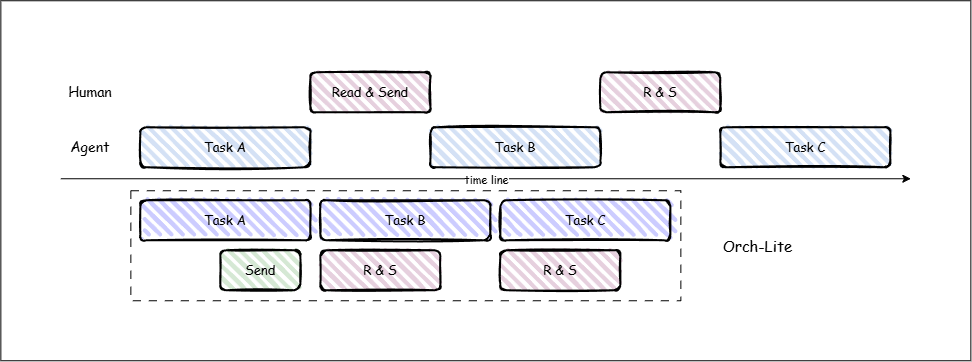
This is docs/orch-lite.png from LYJ132/orch-lite, a draw.io export, as it was before one commit. Source tidied: cells renumbered, new cells last; positions are measured from the earlier drawing's top-left corner, leaving out a move shared by most shapes.
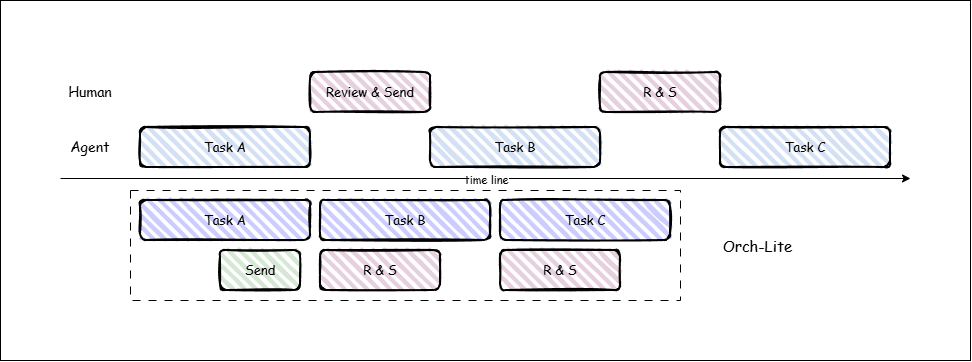
The same file after the commit.

Change to the diagram source:
```diff
@@ -2,12 +2,12 @@
   <root>
     <mxCell id="0" />
     <mxCell id="1" parent="0" />
-    <mxCell id="2" style="rounded=0;whiteSpace=wrap;html=1;fontStyle=0;" parent="1" vertex="1">
-      <mxGeometry width="970" height="360" as="geometry" />
-    </mxCell>
-    <mxCell id="3" style="rounded=0;whiteSpace=wrap;html=1;fillColor=none;dashed=1;dashPattern=8 8;fontStyle=0;" parent="1" vertex="1">
-      <mxGeometry x="130" y="190" width="550" height="110" as="geometry" />
-    </mxCell>
+    <mxCell id="20" style="rounded=0;whiteSpace=wrap;html=1;fontStyle=0;" parent="1" vertex="1">
+      <mxGeometry width="970" height="360" as="geometry" />
+    </mxCell>
+    <mxCell id="21" style="rounded=0;whiteSpace=wrap;html=1;fillColor=none;dashed=1;dashPattern=8 8;fontStyle=0;" parent="1" vertex="1">
+      <mxGeometry x="130" y="190" width="550" height="110" as="geometry" />
+    </mxCell>
     <mxCell id="4" value="Task A" style="rounded=1;whiteSpace=wrap;html=1;strokeWidth=2;fillWeight=4;hachureGap=8;hachureAngle=45;fillColor=#CCCCFF;sketch=1;fontFamily=Comic Sans MS;fontSize=13;fontStyle=0;" parent="1" vertex="1">
       <mxGeometry x="140" y="200" width="170" height="40" as="geometry" />
     </mxCell>
@@ -35,19 +35,19 @@
     <mxCell id="12" value="Task C" style="rounded=1;whiteSpace=wrap;html=1;strokeWidth=2;fillWeight=4;hachureGap=8;hachureAngle=45;fillColor=#D4E1F5;sketch=1;fontFamily=Comic Sans MS;fontStyle=0;fontSize=13;" parent="1" vertex="1">
       <mxGeometry x="720" y="127" width="170" height="40" as="geometry" />
     </mxCell>
-    <mxCell id="13" value="&lt;span style=&quot;font-family: &amp;quot;Comic Sans MS&amp;quot;;&quot;&gt;Read &amp;amp; Send&lt;/span&gt;" style="rounded=1;whiteSpace=wrap;html=1;strokeWidth=2;fillWeight=4;hachureGap=8;hachureAngle=45;fillColor=#E6D0DE;sketch=1;fontStyle=0;fontSize=13;" parent="1" vertex="1">
-      <mxGeometry x="310" y="72" width="120" height="40" as="geometry" />
-    </mxCell>
+    <mxCell id="22" value="&lt;span style=&quot;font-family: &amp;quot;Comic Sans MS&amp;quot;;&quot;&gt;Review &amp;amp; Send&lt;/span&gt;" style="rounded=1;whiteSpace=wrap;html=1;strokeWidth=2;fillWeight=4;hachureGap=8;hachureAngle=45;fillColor=#E6D0DE;sketch=1;fontStyle=0;fontSize=13;" parent="1" vertex="1">
+      <mxGeometry x="310" y="72" width="120" height="40" as="geometry" />
+    </mxCell>
     <mxCell id="14" value="&lt;font face=&quot;Comic Sans MS&quot;&gt;R &amp;amp; S&lt;/font&gt;" style="rounded=1;whiteSpace=wrap;html=1;strokeWidth=2;fillWeight=4;hachureGap=8;hachureAngle=45;fillColor=#E6D0DE;sketch=1;fontStyle=0;fontSize=13;" parent="1" vertex="1">
       <mxGeometry x="600" y="72" width="120" height="40" as="geometry" />
     </mxCell>
-    <mxCell id="15" style="endArrow=classic;html=1;rounded=0;fontStyle=0;" parent="1" edge="1">
-      <mxGeometry relative="1" as="geometry">
-        <mxPoint x="60" y="178" as="sourcePoint" />
-        <mxPoint x="910" y="178" as="targetPoint" />
-      </mxGeometry>
-    </mxCell>
+    <mxCell id="23" style="endArrow=classic;html=1;rounded=0;fontStyle=0;" parent="1" edge="1">
+      <mxGeometry relative="1" as="geometry">
+        <mxPoint x="60" y="178" as="sourcePoint" />
+        <mxPoint x="910" y="178" as="targetPoint" />
+      </mxGeometry>
+    </mxCell>
-    <mxCell id="16" value="&lt;font face=&quot;Comic Sans MS&quot;&gt;&lt;span&gt;time line&lt;/span&gt;&lt;/font&gt;" style="edgeLabel;html=1;align=center;verticalAlign=middle;fontStyle=0;" parent="15" vertex="1">
+    <mxCell id="16" value="&lt;font face=&quot;Comic Sans MS&quot;&gt;&lt;span&gt;time line&lt;/span&gt;&lt;/font&gt;" style="edgeLabel;html=1;align=center;verticalAlign=middle;fontStyle=0;" parent="23" vertex="1">
       <mxGeometry x="0.16" y="6" relative="1" as="geometry">
         <mxPoint x="-66" y="7" as="offset" />
       </mxGeometry>
```
